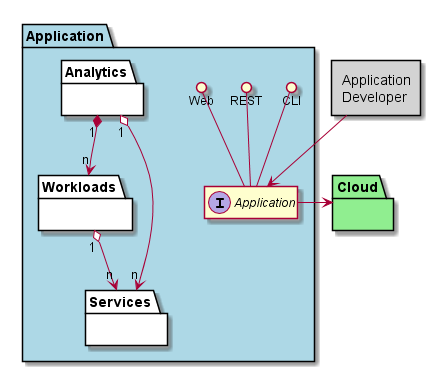
CAADE/edgeville keeps this PlantUML diagram as docs/Solution/Application/Logical.png. Above is the earlier version. Source of this version:
```plantuml
@startuml

hide member

package "Application" #lightblue {

    interface "Application" {
    }

    CLI ()-- "Application"
    REST ()-- "Application"
    Web ()-- "Application"
    package "Workloads" as W {
    }
    package Services as S {
    }
    package Analytics as A {
    }
    W "1" o--> "n" S
    A "1" o--> "n" S
    A "1" *--> "n" W
}

rectangle "Application\nDeveloper" as Dev #lightgray {
}
package "Cloud" as Cloud #lightgreen {
}

Dev --> "Application"
"Application" -> "Cloud"

@enduml
```
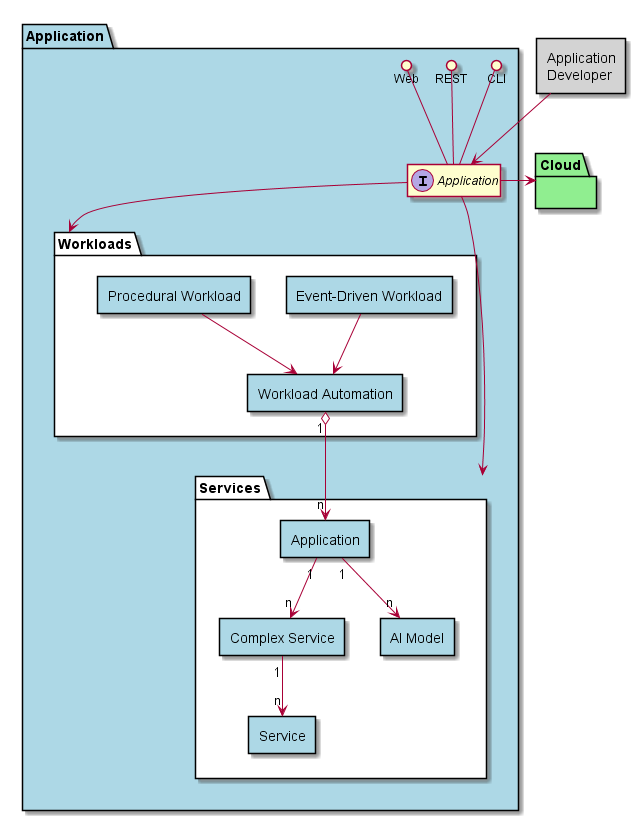
The same file after the commit.

What changed in the source:
```diff
@@ -4,21 +4,38 @@
 
 package "Application" #lightblue {
 
-    interface "Application" {
+    interface "Application" as APPI {
     }
 
-    CLI ()-- "Application"
-    REST ()-- "Application"
-    Web ()-- "Application"
-    package "Workloads" as W {
+    CLI ()-- "APPI"
+    REST ()-- "APPI"
+    Web ()-- "APPI"
+    package "Workloads" as W #ffffff {
+      rectangle "Workload Automation" as WA #lightblue {
+      }
+      rectangle "Event-Driven Workload" as EDW #lightblue {
+      }
+      rectangle "Procedural Workload" as PW #lightblue {
+      }
+      EDW --> WA
+      PW --> WA
     }
-    package Services as S {
+    package Services as S #white {
+      rectangle "Application" as App #lightblue {
+      }
+      rectangle "Complex Service" as CS #lightblue {
+      }
+      rectangle "Service" as Ser #lightblue {
+      }
+      rectangle "AI Model" as AIM #lightblue {
+      }
+      App "1" --> "n" CS
+      App "1" --> "n" AIM
+      CS "1" --> "n" Ser
     }
-    package Analytics as A {
-    }
-    W "1" o--> "n" S
-    A "1" o--> "n" S
-    A "1" *--> "n" W
+    WA "1" o--> "n" App
+    APPI --> W
+    APPI --> S
 }
 
 rectangle "Application\nDeveloper" as Dev #lightgray {
@@ -26,7 +43,7 @@
 package "Cloud" as Cloud #lightgreen {
 }
 
-Dev --> "Application"
-"Application" -> "Cloud"
+Dev --> APPI
+APPI -> "Cloud"
 
 @enduml
```
